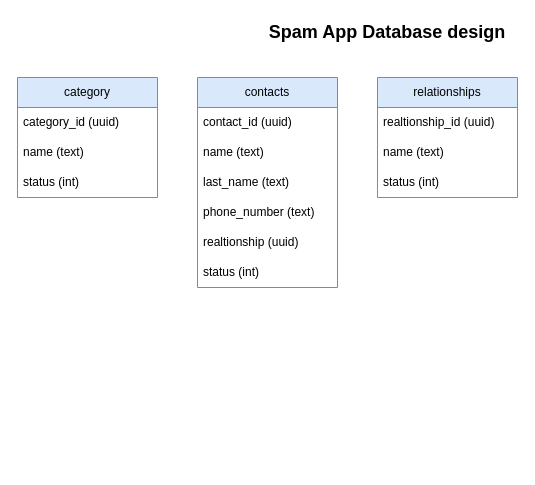
This is spam-app.drawio from CarlosMayo1/spam-app, a draw.io file, before an edit. Source tidied: cells renumbered, new cells numbered last; positions are measured from the earlier drawing's top-left corner, leaving out a move shared by most shapes. Both pictures are drawn from the tidied source at 100%, with x=0, y=0 at pixel (17, 17).
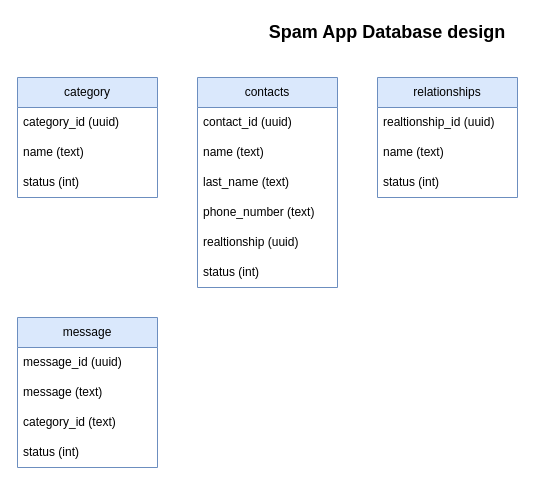
After the change.

Diff of the diagram source:
```diff
@@
+    <mxCell id="18" value="message" style="swimlane;fontStyle=0;horizontal=1;startSize=30;whiteSpace=wrap;html=1;fillColor=#dae8fc;strokeColor=#6c8ebf;" parent="1" vertex="1">
+      <mxGeometry y="300" width="140" height="150" as="geometry" />
+    </mxCell>
+    <mxCell id="19" value="message_id (uuid)" style="text;strokeColor=none;fillColor=none;align=left;verticalAlign=middle;spacingLeft=4;spacingRight=4;overflow=hidden;whiteSpace=wrap;html=1;" parent="18" vertex="1">
+      <mxGeometry y="30" width="140" height="30" as="geometry" />
+    </mxCell>
+    <mxCell id="20" value="message (text)" style="text;strokeColor=none;fillColor=none;align=left;verticalAlign=middle;spacingLeft=4;spacingRight=4;overflow=hidden;whiteSpace=wrap;html=1;" parent="18" vertex="1">
+      <mxGeometry y="60" width="140" height="30" as="geometry" />
+    </mxCell>
+    <mxCell id="21" value="category_id (text)" style="text;strokeColor=none;fillColor=none;align=left;verticalAlign=middle;spacingLeft=4;spacingRight=4;overflow=hidden;whiteSpace=wrap;html=1;" parent="18" vertex="1">
+      <mxGeometry y="90" width="140" height="30" as="geometry" />
+    </mxCell>
+    <mxCell id="22" value="status (int)" style="text;strokeColor=none;fillColor=none;align=left;verticalAlign=middle;spacingLeft=4;spacingRight=4;overflow=hidden;whiteSpace=wrap;html=1;" parent="18" vertex="1">
+      <mxGeometry y="120" width="140" height="30" as="geometry" />
+    </mxCell>
```
